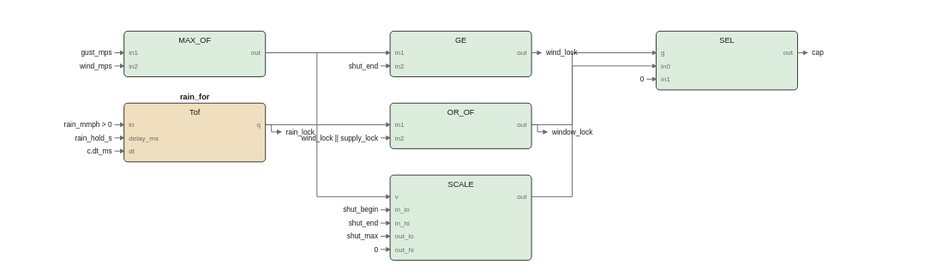
pstch/botanik2 keeps this draw.io diagram as images/logic/roof_lockout_fbd.drawio.svg. Above is the earlier version. Source tidied: cells renumbered, new cells last; positions are measured from the earlier drawing's top-left corner, leaving out a move shared by most shapes.
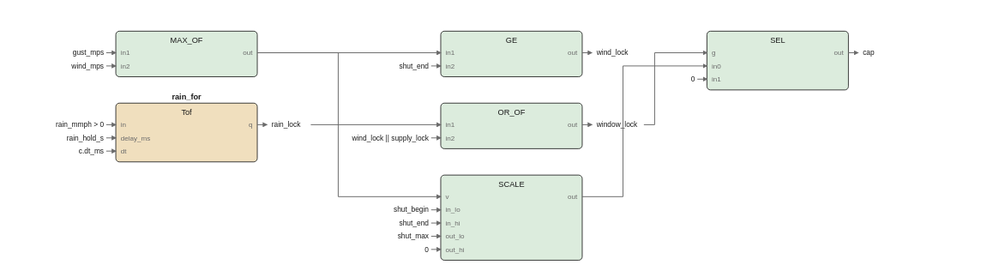
After the change.

What changed in the source:
```diff
@@ -3,40 +3,40 @@
     <mxCell id="0" />
     <mxCell id="1" parent="0" />
     <mxCell id="2" style="rounded=1;fillColor=#dcecdd;strokeColor=#1a1a1a;whiteSpace=wrap;html=1;fontSize=8;" parent="1" vertex="1">
-      <mxGeometry x="10" width="118" height="38" as="geometry" />
+      <mxGeometry x="-39" width="118" height="38" as="geometry" />
     </mxCell>
     <mxCell id="3" value="MAX_OF" style="text;html=1;fontSize=6;fontColor=#1a1a1a;align=center;" parent="1" vertex="1">
-      <mxGeometry x="69" y="3.4" width="40" height="10.6" as="geometry" />
+      <mxGeometry x="20" y="3.4" width="40" height="10.6" as="geometry" />
     </mxCell>
     <mxCell id="4" value="in1" style="text;html=1;fontSize=5;fontColor=#6b6b6b;align=left;" parent="1" vertex="1">
-      <mxGeometry x="14" y="14.2" width="40" height="9.8" as="geometry" />
+      <mxGeometry x="-35" y="14.2" width="40" height="9.8" as="geometry" />
     </mxCell>
     <mxCell id="5" value="in2" style="text;html=1;fontSize=5;fontColor=#6b6b6b;align=left;" parent="1" vertex="1">
-      <mxGeometry x="14" y="25.2" width="40" height="9.8" as="geometry" />
+      <mxGeometry x="-35" y="25.2" width="40" height="9.8" as="geometry" />
     </mxCell>
     <mxCell id="6" value="out" style="text;html=1;fontSize=5;fontColor=#6b6b6b;align=left;" parent="1" vertex="1">
-      <mxGeometry x="124" y="14.2" width="40" height="9.8" as="geometry" />
+      <mxGeometry x="75" y="14.2" width="40" height="9.8" as="geometry" />
     </mxCell>
     <mxCell id="7" style="rounded=1;fillColor=#f0dfbe;strokeColor=#1a1a1a;whiteSpace=wrap;html=1;fontSize=8;" parent="1" vertex="1">
-      <mxGeometry x="10" y="60" width="118" height="49" as="geometry" />
+      <mxGeometry x="-39" y="60" width="118" height="49" as="geometry" />
     </mxCell>
     <mxCell id="8" value="rain_for" style="text;html=1;fontSize=6;fontColor=#1a1a1a;align=center;fontStyle=1;" parent="1" vertex="1">
-      <mxGeometry x="69" y="50.4" width="40" height="10.6" as="geometry" />
+      <mxGeometry x="20" y="50.4" width="40" height="10.6" as="geometry" />
     </mxCell>
     <mxCell id="9" value="Tof" style="text;html=1;fontSize=6;fontColor=#1a1a1a;align=center;" parent="1" vertex="1">
-      <mxGeometry x="69" y="63.4" width="40" height="10.6" as="geometry" />
+      <mxGeometry x="20" y="63.4" width="40" height="10.6" as="geometry" />
     </mxCell>
     <mxCell id="10" value="in" style="text;html=1;fontSize=5;fontColor=#6b6b6b;align=left;" parent="1" vertex="1">
-      <mxGeometry x="14" y="74.2" width="40" height="9.8" as="geometry" />
+      <mxGeometry x="-35" y="74.2" width="40" height="9.8" as="geometry" />
     </mxCell>
     <mxCell id="11" value="delay_ms" style="text;html=1;fontSize=5;fontColor=#6b6b6b;align=left;" parent="1" vertex="1">
-      <mxGeometry x="14" y="85.2" width="40" height="9.8" as="geometry" />
+      <mxGeometry x="-35" y="85.2" width="40" height="9.8" as="geometry" />
     </mxCell>
     <mxCell id="12" value="dt" style="text;html=1;fontSize=5;fontColor=#6b6b6b;align=left;" parent="1" vertex="1">
-      <mxGeometry x="14" y="96.2" width="40" height="9.8" as="geometry" />
+      <mxGeometry x="-35" y="96.2" width="40" height="9.8" as="geometry" />
     </mxCell>
     <mxCell id="13" value="q" style="text;html=1;fontSize=5;fontColor=#6b6b6b;align=left;" parent="1" vertex="1">
-      <mxGeometry x="124" y="74.2" width="40" height="9.8" as="geometry" />
+      <mxGeometry x="75" y="74.2" width="40" height="9.8" as="geometry" />
     </mxCell>
     <mxCell id="14" style="rounded=1;fillColor=#dcecdd;strokeColor=#1a1a1a;whiteSpace=wrap;html=1;fontSize=8;" parent="1" vertex="1">
       <mxGeometry x="232" width="118" height="38" as="geometry" />
@@ -112,197 +112,189 @@
     </mxCell>
     <mxCell id="38" style="edgeStyle=none;html=1;strokeColor=#6b6b6b;endArrow=block;" parent="1" edge="1">
       <mxGeometry relative="1" as="geometry">
-        <mxPoint x="128" y="18" as="sourcePoint" />
-        <mxPoint x="232" y="18" as="targetPoint" />
+        <mxPoint x="79" y="78" as="sourcePoint" />
+        <mxPoint x="87" y="78" as="targetPoint" />
       </mxGeometry>
     </mxCell>
-    <mxCell id="39" style="edgeStyle=none;html=1;strokeColor=#6b6b6b;endArrow=block;" parent="1" edge="1">
-      <mxGeometry relative="1" as="geometry">
-        <mxPoint x="128" y="78" as="sourcePoint" />
-        <mxPoint x="232" y="78" as="targetPoint" />
-      </mxGeometry>
-    </mxCell>
+    <mxCell id="68" value="rain_lock" style="text;html=1;fontSize=6;fontColor=#1a1a1a;align=left;" parent="1" vertex="1">
+      <mxGeometry x="91" y="74" width="45" height="10" as="geometry" />
+    </mxCell>
     <mxCell id="40" style="edgeStyle=none;html=1;strokeColor=#6b6b6b;endArrow=block;" parent="1" edge="1">
       <mxGeometry relative="1" as="geometry">
-        <mxPoint x="128" y="18" as="sourcePoint" />
-        <mxPoint x="232" y="138" as="targetPoint" />
-        <Array as="points">
-          <mxPoint x="171" y="18" />
-          <mxPoint x="171" y="138" />
-        </Array>
+        <mxPoint x="350" y="18" as="sourcePoint" />
+        <mxPoint x="358" y="18" as="targetPoint" />
       </mxGeometry>
     </mxCell>
-    <mxCell id="41" style="edgeStyle=none;html=1;strokeColor=#6b6b6b;endArrow=block;" parent="1" edge="1">
-      <mxGeometry relative="1" as="geometry">
-        <mxPoint x="350" y="78" as="sourcePoint" />
-        <mxPoint x="454" y="18" as="targetPoint" />
-        <Array as="points">
-          <mxPoint x="384" y="78" />
-          <mxPoint x="384" y="18" />
-        </Array>
-      </mxGeometry>
-    </mxCell>
+    <mxCell id="70" value="wind_lock" style="text;html=1;fontSize=6;fontColor=#1a1a1a;align=left;" parent="1" vertex="1">
+      <mxGeometry x="362" y="14" width="45" height="10" as="geometry" />
+    </mxCell>
     <mxCell id="42" style="edgeStyle=none;html=1;strokeColor=#6b6b6b;endArrow=block;" parent="1" edge="1">
       <mxGeometry relative="1" as="geometry">
-        <mxPoint x="350" y="138" as="sourcePoint" />
-        <mxPoint x="454" y="29" as="targetPoint" />
-        <Array as="points">
-          <mxPoint x="384" y="138" />
-          <mxPoint x="384" y="29" />
-        </Array>
+        <mxPoint x="350" y="78" as="sourcePoint" />
+        <mxPoint x="358" y="78" as="targetPoint" />
       </mxGeometry>
     </mxCell>
-    <mxCell id="43" value="gust_mps" style="text;html=1;fontSize=6;fontColor=#1a1a1a;align=left;" parent="1" vertex="1">
-      <mxGeometry y="14" width="40" height="10" as="geometry" />
+    <mxCell id="43" value="window_lock" style="text;html=1;fontSize=6;fontColor=#1a1a1a;align=left;" parent="1" vertex="1">
+      <mxGeometry x="362" y="74" width="55" height="10" as="geometry" />
     </mxCell>
     <mxCell id="44" style="edgeStyle=none;html=1;strokeColor=#6b6b6b;endArrow=block;" parent="1" edge="1">
       <mxGeometry relative="1" as="geometry">
-        <mxPoint x="2" y="18" as="sourcePoint" />
-        <mxPoint x="10" y="18" as="targetPoint" />
+        <mxPoint x="572" y="18" as="sourcePoint" />
+        <mxPoint x="580" y="18" as="targetPoint" />
       </mxGeometry>
     </mxCell>
-    <mxCell id="45" value="wind_mps" style="text;html=1;fontSize=6;fontColor=#1a1a1a;align=left;" parent="1" vertex="1">
-      <mxGeometry y="25" width="40" height="10" as="geometry" />
+    <mxCell id="45" value="cap" style="text;html=1;fontSize=6;fontColor=#1a1a1a;align=left;" parent="1" vertex="1">
+      <mxGeometry x="584" y="14" width="40" height="10" as="geometry" />
     </mxCell>
     <mxCell id="46" style="edgeStyle=none;html=1;strokeColor=#6b6b6b;endArrow=block;" parent="1" edge="1">
       <mxGeometry relative="1" as="geometry">
-        <mxPoint x="2" y="29" as="sourcePoint" />
-        <mxPoint x="10" y="29" as="targetPoint" />
+        <mxPoint x="79" y="18" as="sourcePoint" />
+        <mxPoint x="232" y="18" as="targetPoint" />
       </mxGeometry>
     </mxCell>
-    <mxCell id="47" value="rain_mmph &gt; 0" style="text;html=1;fontSize=6;fontColor=#1a1a1a;align=left;" parent="1" vertex="1">
-      <mxGeometry y="74" width="65" height="10" as="geometry" />
-    </mxCell>
+    <mxCell id="75" style="edgeStyle=none;html=1;strokeColor=#6b6b6b;endArrow=block;" parent="1" edge="1">
+      <mxGeometry relative="1" as="geometry">
+        <mxPoint x="123.6" y="78" as="sourcePoint" />
+        <mxPoint x="232" y="78" as="targetPoint" />
+      </mxGeometry>
+    </mxCell>
     <mxCell id="48" style="edgeStyle=none;html=1;strokeColor=#6b6b6b;endArrow=block;" parent="1" edge="1">
       <mxGeometry relative="1" as="geometry">
-        <mxPoint x="2" y="78" as="sourcePoint" />
-        <mxPoint x="10" y="78" as="targetPoint" />
+        <mxPoint x="79" y="18" as="sourcePoint" />
+        <mxPoint x="232" y="138" as="targetPoint" />
+        <Array as="points">
+          <mxPoint x="146.5" y="18" />
+          <mxPoint x="146.5" y="138" />
+        </Array>
       </mxGeometry>
     </mxCell>
-    <mxCell id="49" value="rain_hold_s" style="text;html=1;fontSize=6;fontColor=#1a1a1a;align=left;" parent="1" vertex="1">
-      <mxGeometry y="85" width="55" height="10" as="geometry" />
-    </mxCell>
+    <mxCell id="76" style="edgeStyle=none;html=1;strokeColor=#6b6b6b;endArrow=block;" parent="1" edge="1">
+      <mxGeometry relative="1" as="geometry">
+        <mxPoint x="401.4" y="78" as="sourcePoint" />
+        <mxPoint x="454" y="18" as="targetPoint" />
+        <Array as="points">
+          <mxPoint x="410.4" y="78" />
+          <mxPoint x="410.4" y="18" />
+        </Array>
+      </mxGeometry>
+    </mxCell>
     <mxCell id="50" style="edgeStyle=none;html=1;strokeColor=#6b6b6b;endArrow=block;" parent="1" edge="1">
       <mxGeometry relative="1" as="geometry">
-        <mxPoint x="2" y="89" as="sourcePoint" />
-        <mxPoint x="10" y="89" as="targetPoint" />
+        <mxPoint x="350" y="138" as="sourcePoint" />
+        <mxPoint x="454" y="29" as="targetPoint" />
+        <Array as="points">
+          <mxPoint x="384" y="138" />
+          <mxPoint x="384" y="29" />
+        </Array>
       </mxGeometry>
     </mxCell>
-    <mxCell id="51" value="c.dt_ms" style="text;html=1;fontSize=6;fontColor=#1a1a1a;align=left;" parent="1" vertex="1">
-      <mxGeometry y="96" width="40" height="10" as="geometry" />
+    <mxCell id="51" value="gust_mps" style="text;html=1;fontSize=6;fontColor=#1a1a1a;align=left;" parent="1" vertex="1">
+      <mxGeometry x="-49" y="14" width="40" height="10" as="geometry" />
     </mxCell>
     <mxCell id="52" style="edgeStyle=none;html=1;strokeColor=#6b6b6b;endArrow=block;" parent="1" edge="1">
       <mxGeometry relative="1" as="geometry">
-        <mxPoint x="2" y="100" as="sourcePoint" />
-        <mxPoint x="10" y="100" as="targetPoint" />
+        <mxPoint x="-47" y="18" as="sourcePoint" />
+        <mxPoint x="-39" y="18" as="targetPoint" />
       </mxGeometry>
     </mxCell>
-    <mxCell id="53" value="shut_end" style="text;html=1;fontSize=6;fontColor=#1a1a1a;align=left;" parent="1" vertex="1">
-      <mxGeometry x="222" y="25" width="40" height="10" as="geometry" />
+    <mxCell id="53" value="wind_mps" style="text;html=1;fontSize=6;fontColor=#1a1a1a;align=left;" parent="1" vertex="1">
+      <mxGeometry x="-49" y="25" width="40" height="10" as="geometry" />
     </mxCell>
     <mxCell id="54" style="edgeStyle=none;html=1;strokeColor=#6b6b6b;endArrow=block;" parent="1" edge="1">
       <mxGeometry relative="1" as="geometry">
-        <mxPoint x="224" y="29" as="sourcePoint" />
-        <mxPoint x="232" y="29" as="targetPoint" />
+        <mxPoint x="-47" y="29" as="sourcePoint" />
+        <mxPoint x="-39" y="29" as="targetPoint" />
       </mxGeometry>
     </mxCell>
-    <mxCell id="55" value="wind_lock || supply_lock" style="text;html=1;fontSize=6;fontColor=#1a1a1a;align=left;" parent="1" vertex="1">
-      <mxGeometry x="222" y="85" width="120" height="10" as="geometry" />
+    <mxCell id="55" value="rain_mmph &gt; 0" style="text;html=1;fontSize=6;fontColor=#1a1a1a;align=left;" parent="1" vertex="1">
+      <mxGeometry x="-49" y="74" width="65" height="10" as="geometry" />
     </mxCell>
     <mxCell id="56" style="edgeStyle=none;html=1;strokeColor=#6b6b6b;endArrow=block;" parent="1" edge="1">
       <mxGeometry relative="1" as="geometry">
-        <mxPoint x="224" y="89" as="sourcePoint" />
-        <mxPoint x="232" y="89" as="targetPoint" />
+        <mxPoint x="-47" y="78" as="sourcePoint" />
+        <mxPoint x="-39" y="78" as="targetPoint" />
       </mxGeometry>
     </mxCell>
-    <mxCell id="57" value="shut_begin" style="text;html=1;fontSize=6;fontColor=#1a1a1a;align=left;" parent="1" vertex="1">
-      <mxGeometry x="222" y="145" width="50" height="10" as="geometry" />
+    <mxCell id="57" value="rain_hold_s" style="text;html=1;fontSize=6;fontColor=#1a1a1a;align=left;" parent="1" vertex="1">
+      <mxGeometry x="-49" y="85" width="55" height="10" as="geometry" />
     </mxCell>
     <mxCell id="58" style="edgeStyle=none;html=1;strokeColor=#6b6b6b;endArrow=block;" parent="1" edge="1">
       <mxGeometry relative="1" as="geometry">
-        <mxPoint x="224" y="149" as="sourcePoint" />
-        <mxPoint x="232" y="149" as="targetPoint" />
+        <mxPoint x="-47" y="89" as="sourcePoint" />
+        <mxPoint x="-39" y="89" as="targetPoint" />
       </mxGeometry>
     </mxCell>
-    <mxCell id="59" value="shut_end" style="text;html=1;fontSize=6;fontColor=#1a1a1a;align=left;" parent="1" vertex="1">
-      <mxGeometry x="222" y="156" width="40" height="10" as="geometry" />
+    <mxCell id="59" value="c.dt_ms" style="text;html=1;fontSize=6;fontColor=#1a1a1a;align=left;" parent="1" vertex="1">
+      <mxGeometry x="-49" y="96" width="40" height="10" as="geometry" />
     </mxCell>
     <mxCell id="60" style="edgeStyle=none;html=1;strokeColor=#6b6b6b;endArrow=block;" parent="1" edge="1">
       <mxGeometry relative="1" as="geometry">
-        <mxPoint x="224" y="160" as="sourcePoint" />
-        <mxPoint x="232" y="160" as="targetPoint" />
+        <mxPoint x="-47" y="100" as="sourcePoint" />
+        <mxPoint x="-39" y="100" as="targetPoint" />
       </mxGeometry>
     </mxCell>
-    <mxCell id="61" value="shut_max" style="text;html=1;fontSize=6;fontColor=#1a1a1a;align=left;" parent="1" vertex="1">
-      <mxGeometry x="222" y="167" width="40" height="10" as="geometry" />
+    <mxCell id="61" value="shut_end" style="text;html=1;fontSize=6;fontColor=#1a1a1a;align=left;" parent="1" vertex="1">
+      <mxGeometry x="222" y="25" width="40" height="10" as="geometry" />
     </mxCell>
     <mxCell id="62" style="edgeStyle=none;html=1;strokeColor=#6b6b6b;endArrow=block;" parent="1" edge="1">
       <mxGeometry relative="1" as="geometry">
-        <mxPoint x="224" y="171" as="sourcePoint" />
-        <mxPoint x="232" y="171" as="targetPoint" />
+        <mxPoint x="224" y="29" as="sourcePoint" />
+        <mxPoint x="232" y="29" as="targetPoint" />
       </mxGeometry>
     </mxCell>
-    <mxCell id="63" value="0" style="text;html=1;fontSize=6;fontColor=#1a1a1a;align=left;" parent="1" vertex="1">
-      <mxGeometry x="222" y="178" width="40" height="10" as="geometry" />
+    <mxCell id="63" value="wind_lock || supply_lock" style="text;html=1;fontSize=6;fontColor=#1a1a1a;align=left;" parent="1" vertex="1">
+      <mxGeometry x="222" y="85" width="120" height="10" as="geometry" />
     </mxCell>
     <mxCell id="64" style="edgeStyle=none;html=1;strokeColor=#6b6b6b;endArrow=block;" parent="1" edge="1">
       <mxGeometry relative="1" as="geometry">
-        <mxPoint x="224" y="182" as="sourcePoint" />
-        <mxPoint x="232" y="182" as="targetPoint" />
+        <mxPoint x="224" y="89" as="sourcePoint" />
+        <mxPoint x="232" y="89" as="targetPoint" />
       </mxGeometry>
     </mxCell>
-    <mxCell id="65" value="0" style="text;html=1;fontSize=6;fontColor=#1a1a1a;align=left;" parent="1" vertex="1">
-      <mxGeometry x="444" y="36" width="40" height="10" as="geometry" />
+    <mxCell id="65" value="shut_begin" style="text;html=1;fontSize=6;fontColor=#1a1a1a;align=left;" parent="1" vertex="1">
+      <mxGeometry x="222" y="145" width="50" height="10" as="geometry" />
     </mxCell>
     <mxCell id="66" style="edgeStyle=none;html=1;strokeColor=#6b6b6b;endArrow=block;" parent="1" edge="1">
       <mxGeometry relative="1" as="geometry">
-        <mxPoint x="446" y="40" as="sourcePoint" />
-        <mxPoint x="454" y="40" as="targetPoint" />
+        <mxPoint x="224" y="149" as="sourcePoint" />
+        <mxPoint x="232" y="149" as="targetPoint" />
       </mxGeometry>
     </mxCell>
-    <mxCell id="67" style="edgeStyle=none;html=1;strokeColor=#6b6b6b;endArrow=block;" parent="1" edge="1">
-      <mxGeometry relative="1" as="geometry">
-        <mxPoint x="128" y="78" as="sourcePoint" />
-        <mxPoint x="141" y="84" as="targetPoint" />
-        <Array as="points">
-          <mxPoint x="133" y="78" />
-          <mxPoint x="133" y="84" />
-        </Array>
-      </mxGeometry>
-    </mxCell>
-    <mxCell id="68" value="rain_lock" style="text;html=1;fontSize=6;fontColor=#1a1a1a;align=left;" parent="1" vertex="1">
-      <mxGeometry x="145" y="80" width="45" height="10" as="geometry" />
-    </mxCell>
-    <mxCell id="69" style="edgeStyle=none;html=1;strokeColor=#6b6b6b;endArrow=block;" parent="1" edge="1">
-      <mxGeometry relative="1" as="geometry">
-        <mxPoint x="350" y="18" as="sourcePoint" />
-        <mxPoint x="358" y="18" as="targetPoint" />
-      </mxGeometry>
-    </mxCell>
-    <mxCell id="70" value="wind_lock" style="text;html=1;fontSize=6;fontColor=#1a1a1a;align=left;" parent="1" vertex="1">
-      <mxGeometry x="362" y="14" width="45" height="10" as="geometry" />
-    </mxCell>
-    <mxCell id="71" style="edgeStyle=none;html=1;strokeColor=#6b6b6b;endArrow=block;" parent="1" edge="1">
-      <mxGeometry relative="1" as="geometry">
-        <mxPoint x="350" y="78" as="sourcePoint" />
-        <mxPoint x="363" y="84" as="targetPoint" />
-        <Array as="points">
-          <mxPoint x="355" y="78" />
-          <mxPoint x="355" y="84" />
-        </Array>
-      </mxGeometry>
-    </mxCell>
-    <mxCell id="72" value="window_lock" style="text;html=1;fontSize=6;fontColor=#1a1a1a;align=left;" parent="1" vertex="1">
-      <mxGeometry x="367" y="80" width="55" height="10" as="geometry" />
-    </mxCell>
-    <mxCell id="73" style="edgeStyle=none;html=1;strokeColor=#6b6b6b;endArrow=block;" parent="1" edge="1">
-      <mxGeometry relative="1" as="geometry">
-        <mxPoint x="572" y="18" as="sourcePoint" />
-        <mxPoint x="580" y="18" as="targetPoint" />
-      </mxGeometry>
-    </mxCell>
-    <mxCell id="74" value="cap" style="text;html=1;fontSize=6;fontColor=#1a1a1a;align=left;" parent="1" vertex="1">
-      <mxGeometry x="584" y="14" width="40" height="10" as="geometry" />
-    </mxCell>
+    <mxCell id="77" value="shut_end" style="text;html=1;fontSize=6;fontColor=#1a1a1a;align=left;" parent="1" vertex="1">
+      <mxGeometry x="222" y="156" width="40" height="10" as="geometry" />
+    </mxCell>
+    <mxCell id="78" style="edgeStyle=none;html=1;strokeColor=#6b6b6b;endArrow=block;" parent="1" edge="1">
+      <mxGeometry relative="1" as="geometry">
+        <mxPoint x="224" y="160" as="sourcePoint" />
+        <mxPoint x="232" y="160" as="targetPoint" />
+      </mxGeometry>
+    </mxCell>
+    <mxCell id="79" value="shut_max" style="text;html=1;fontSize=6;fontColor=#1a1a1a;align=left;" parent="1" vertex="1">
+      <mxGeometry x="222" y="167" width="40" height="10" as="geometry" />
+    </mxCell>
+    <mxCell id="80" style="edgeStyle=none;html=1;strokeColor=#6b6b6b;endArrow=block;" parent="1" edge="1">
+      <mxGeometry relative="1" as="geometry">
+        <mxPoint x="224" y="171" as="sourcePoint" />
+        <mxPoint x="232" y="171" as="targetPoint" />
+      </mxGeometry>
+    </mxCell>
+    <mxCell id="81" value="0" style="text;html=1;fontSize=6;fontColor=#1a1a1a;align=left;" parent="1" vertex="1">
+      <mxGeometry x="222" y="178" width="40" height="10" as="geometry" />
+    </mxCell>
+    <mxCell id="82" style="edgeStyle=none;html=1;strokeColor=#6b6b6b;endArrow=block;" parent="1" edge="1">
+      <mxGeometry relative="1" as="geometry">
+        <mxPoint x="224" y="182" as="sourcePoint" />
+        <mxPoint x="232" y="182" as="targetPoint" />
+      </mxGeometry>
+    </mxCell>
+    <mxCell id="83" value="0" style="text;html=1;fontSize=6;fontColor=#1a1a1a;align=left;" parent="1" vertex="1">
+      <mxGeometry x="444" y="36" width="40" height="10" as="geometry" />
+    </mxCell>
+    <mxCell id="84" style="edgeStyle=none;html=1;strokeColor=#6b6b6b;endArrow=block;" parent="1" edge="1">
+      <mxGeometry relative="1" as="geometry">
+        <mxPoint x="446" y="40" as="sourcePoint" />
+        <mxPoint x="454" y="40" as="targetPoint" />
+      </mxGeometry>
+    </mxCell>
   </root>
 </mxGraphModel>
```
